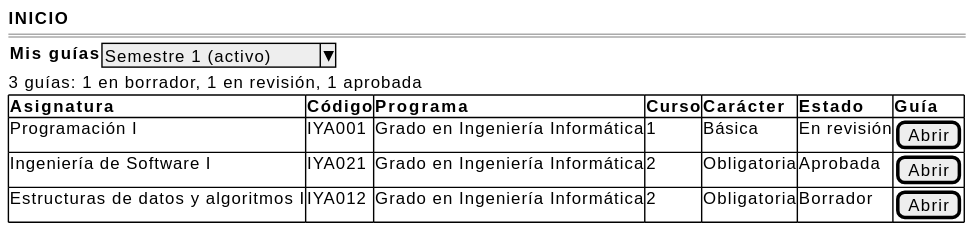
This is images/RUP/01-requisitos/03-detalle-casos-uso/enviarGuiaARevision/wireframe-exito.svg from mmasias/pyCeldaPublico, a PlantUML export, as it was before one commit. The source it was exported from:
```plantuml
@startsalt enviarGuiaARevision-wireframe-exito
{
    <b>INICIO</b>
    ====
    {<b>Mis guías</b> | ^Semestre 1 (activo)^}
    3 guías: 1 en borrador, 1 en revisión, 1 aprobada
    {#
    <b>Asignatura | <b>Código | <b>Programa | <b>Curso | <b>Carácter | <b>Estado | <b>Guía
    Programación I | IYA001 | Grado en Ingeniería Informática | 1 | Básica | En revisión | [Abrir]
    Ingeniería de Software I | IYA021 | Grado en Ingeniería Informática | 2 | Obligatoria | Aprobada | [Abrir]
    Estructuras de datos y algoritmos I | IYA012 | Grado en Ingeniería Informática | 2 | Obligatoria | Borrador | [Abrir]
    }
}
@endsalt
```
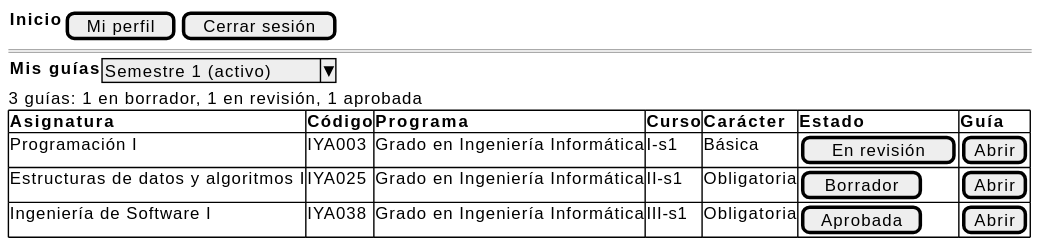
After the commit.

The edit, as a diff of the source:
```diff
@@ -1,14 +1,14 @@
 @startsalt enviarGuiaARevision-wireframe-exito
 {
-    <b>INICIO</b>
+    {<b>Inicio</b> | [Mi perfil] | [Cerrar sesión]}
     ====
     {<b>Mis guías</b> | ^Semestre 1 (activo)^}
     3 guías: 1 en borrador, 1 en revisión, 1 aprobada
     {#
     <b>Asignatura | <b>Código | <b>Programa | <b>Curso | <b>Carácter | <b>Estado | <b>Guía
-    Programación I | IYA001 | Grado en Ingeniería Informática | 1 | Básica | En revisión | [Abrir]
-    Ingeniería de Software I | IYA021 | Grado en Ingeniería Informática | 2 | Obligatoria | Aprobada | [Abrir]
-    Estructuras de datos y algoritmos I | IYA012 | Grado en Ingeniería Informática | 2 | Obligatoria | Borrador | [Abrir]
+    Programación I | IYA003 | Grado en Ingeniería Informática | I-s1 | Básica | [ En revisión ] | [Abrir]
+    Estructuras de datos y algoritmos I | IYA025 | Grado en Ingeniería Informática | II-s1 | Obligatoria | [ Borrador ] | [Abrir]
+    Ingeniería de Software I | IYA038 | Grado en Ingeniería Informática | III-s1 | Obligatoria | [ Aprobada ] | [Abrir]
     }
 }
 @endsalt
```
